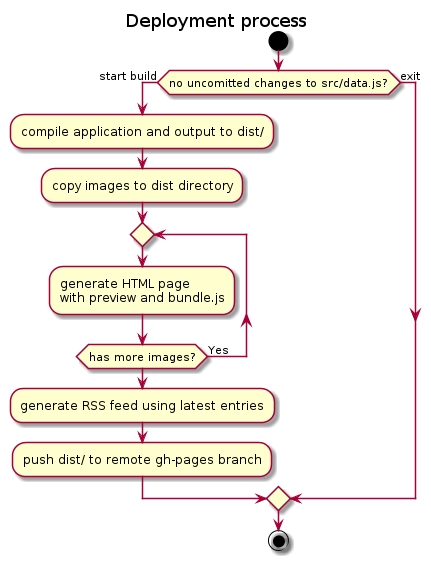
Earlier version of the PlantUML export doc/deployment.png (PakkuDon/pixel-art-gallery). The source it was exported from:
```plantuml
@startuml

title Deployment process

start
if (no uncomitted changes to src/data.js?) then (start build)
  :compile application and output to dist/;
  :copy images to dist directory;
  repeat
    :generate HTML page
    with preview and bundle.js;
  repeat while (has more images?) is (Yes)
  :generate RSS feed using latest entries;
  :push dist/ to remote gh-pages branch;
else (exit)
endif

stop

@enduml
```
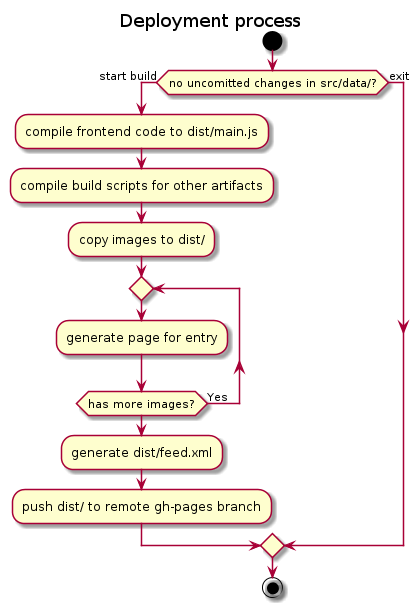
Later version of the same file.

Commit message:
Update deployment diagram

Diff of the diagram source:
```diff
@@ -3,14 +3,14 @@
 title Deployment process
 
 start
-if (no uncomitted changes to src/data.js?) then (start build)
-  :compile application and output to dist/;
-  :copy images to dist directory;
+if (no uncomitted changes in src/data/?) then (start build)
+  :compile frontend code to dist/main.js;
+  :compile build scripts for other artifacts;
+  :copy images to dist/;
   repeat
-    :generate HTML page
-    with preview and bundle.js;
+    :generate page for entry;
   repeat while (has more images?) is (Yes)
-  :generate RSS feed using latest entries;
+  :generate dist/feed.xml;
   :push dist/ to remote gh-pages branch;
 else (exit)
 endif
```
